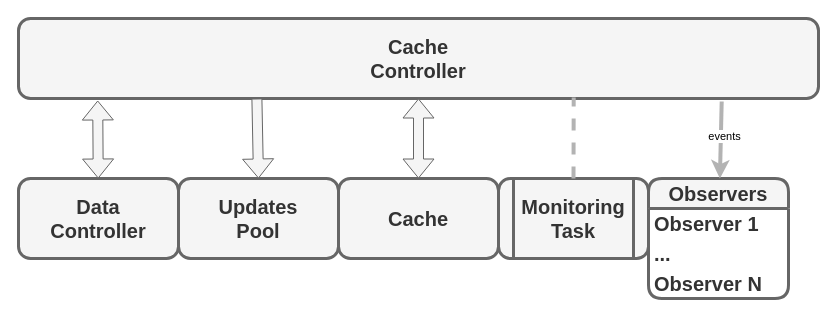
Above: docs/cache_controller.drawio in vrurg/wb-cache (draw.io), before the change. Source tidied: cells renumbered, new cells numbered last; positions are measured from the earlier drawing's top-left corner, leaving out a move shared by most shapes. Both pictures are drawn from the tidied source at 100%, with x=0, y=0 at pixel (18, 18).
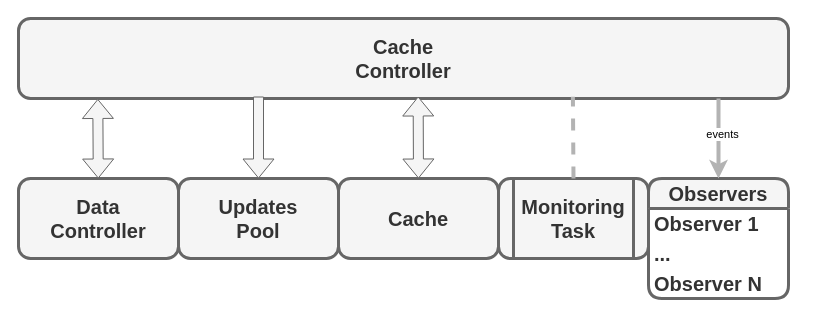
After the change.

Commit message (it also covers changes not shown here):
Prettify the diagram by improving alignment

Diff of the diagram source:
```diff
@@
 <mxGraphModel>
   <root>
     <mxCell id="0" />
     <mxCell id="1" parent="0" />
     <mxCell id="2" value="Data&lt;br&gt;Controller" style="rounded=1;whiteSpace=wrap;html=1;strokeWidth=3;fontFamily=American TypeWriter;fontStyle=1;fontSize=20;fillColor=#f5f5f5;fontColor=#333333;strokeColor=#666666;" parent="1" vertex="1">
       <mxGeometry y="160" width="160" height="80" as="geometry" />
     </mxCell>
     <mxCell id="3" value="Cache&lt;br&gt;Controller" style="rounded=1;whiteSpace=wrap;html=1;strokeWidth=3;fontFamily=American TypeWriter;fontStyle=1;fontSize=20;fillColor=#f5f5f5;fontColor=#333333;strokeColor=#666666;" parent="1" vertex="1">
-      <mxGeometry width="800" height="80" as="geometry" />
+      <mxGeometry width="770" height="80" as="geometry" />
     </mxCell>
     <mxCell id="4" value="Updates&lt;div&gt;Pool&lt;/div&gt;" style="rounded=1;whiteSpace=wrap;html=1;strokeWidth=3;fontFamily=American TypeWriter;fontStyle=1;fontSize=20;fillColor=#f5f5f5;fontColor=#333333;strokeColor=#666666;" parent="1" vertex="1">
       <mxGeometry x="160" y="160" width="160" height="80" as="geometry" />
     </mxCell>
     <mxCell id="5" value="Cache" style="rounded=1;whiteSpace=wrap;html=1;strokeWidth=3;fontFamily=American TypeWriter;fontStyle=1;fontSize=20;fillColor=#f5f5f5;fontColor=#333333;strokeColor=#666666;" parent="1" vertex="1">
       <mxGeometry x="320" y="160" width="160" height="80" as="geometry" />
     </mxCell>
     <mxCell id="6" value="Monitoring&lt;div&gt;Task&lt;/div&gt;" style="shape=process;whiteSpace=wrap;html=1;backgroundOutline=1;rounded=1;strokeColor=#666666;strokeWidth=3;align=center;verticalAlign=middle;fontFamily=American TypeWriter;fontSize=20;fontColor=#333333;fontStyle=1;fillColor=#f5f5f5;" parent="1" vertex="1">
       <mxGeometry x="480" y="160" width="150" height="80" as="geometry" />
     </mxCell>
     <mxCell id="7" value="Observers" style="swimlane;fontStyle=1;horizontal=1;startSize=30;whiteSpace=wrap;html=1;rounded=1;strokeColor=#666666;strokeWidth=3;align=center;verticalAlign=middle;fontFamily=American TypeWriter;fontSize=20;fontColor=#333333;fillColor=#f5f5f5;swimlaneFillColor=default;" parent="1" vertex="1">
       <mxGeometry x="630" y="160" width="140" height="120" as="geometry" />
     </mxCell>
     <mxCell id="8" value="Observer 1" style="text;strokeColor=none;fillColor=none;align=left;verticalAlign=middle;spacingLeft=4;spacingRight=4;overflow=hidden;whiteSpace=wrap;html=1;fontFamily=American TypeWriter;fontSize=20;fontColor=#333333;fontStyle=1;" parent="7" vertex="1">
       <mxGeometry y="30" width="140" height="30" as="geometry" />
     </mxCell>
     <mxCell id="9" value="..." style="text;strokeColor=none;fillColor=none;align=left;verticalAlign=middle;spacingLeft=4;spacingRight=4;overflow=hidden;whiteSpace=wrap;html=1;fontFamily=American TypeWriter;fontSize=20;fontColor=#333333;fontStyle=1;" parent="7" vertex="1">
       <mxGeometry y="60" width="140" height="30" as="geometry" />
     </mxCell>
     <mxCell id="10" value="Observer N" style="text;strokeColor=none;fillColor=none;align=left;verticalAlign=middle;spacingLeft=4;spacingRight=4;overflow=hidden;whiteSpace=wrap;html=1;fontFamily=American TypeWriter;fontSize=20;fontColor=#333333;fontStyle=1;" parent="7" vertex="1">
       <mxGeometry y="90" width="140" height="30" as="geometry" />
     </mxCell>
-    <mxCell id="11" style="shape=flexArrow;endArrow=classic;startArrow=classic;html=1;entryX=0.099;entryY=1.025;entryDx=0;entryDy=0;entryPerimeter=0;fillColor=#f5f5f5;strokeColor=#666666;" parent="1" edge="1" source="2" target="3">
+    <mxCell id="11" style="shape=flexArrow;endArrow=classic;startArrow=classic;html=1;entryX=0.103;entryY=1.006;entryDx=0;entryDy=0;entryPerimeter=0;fillColor=#f5f5f5;strokeColor=#666666;" parent="1" edge="1" source="2" target="3">
       <mxGeometry relative="1" as="geometry" />
     </mxCell>
-    <mxCell id="12" style="shape=flexArrow;endArrow=classic;startArrow=classic;html=1;entryX=0.5;entryY=1;entryDx=0;entryDy=0;fillColor=#f5f5f5;strokeColor=#666666;exitX=0.5;exitY=0;exitDx=0;exitDy=0;" parent="1" edge="1" source="5" target="3">
+    <mxCell id="12" style="shape=flexArrow;endArrow=classic;startArrow=classic;html=1;entryX=0.519;entryY=0.975;entryDx=0;entryDy=0;fillColor=#f5f5f5;strokeColor=#666666;exitX=0.5;exitY=0;exitDx=0;exitDy=0;entryPerimeter=0;" parent="1" edge="1" source="5" target="3">
       <mxGeometry relative="1" as="geometry" />
     </mxCell>
-    <mxCell id="13" style="endArrow=none;dashed=1;html=1;entryX=0.694;entryY=0.988;entryDx=0;entryDy=0;entryPerimeter=0;exitX=0.5;exitY=0;exitDx=0;exitDy=0;strokeWidth=4;strokeColor=#B3B3B3;" parent="1" edge="1" source="6" target="3">
+    <mxCell id="13" style="endArrow=none;dashed=1;html=1;entryX=0.72;entryY=0.979;entryDx=0;entryDy=0;entryPerimeter=0;exitX=0.5;exitY=0;exitDx=0;exitDy=0;strokeWidth=4;strokeColor=#B3B3B3;" parent="1" edge="1" source="6" target="3">
       <mxGeometry relative="1" as="geometry" />
     </mxCell>
-    <mxCell id="14" style="shape=flexArrow;endArrow=none;startArrow=classic;html=1;entryX=0.298;entryY=1;entryDx=0;entryDy=0;entryPerimeter=0;fillColor=#f5f5f5;strokeColor=#666666;exitX=0.5;exitY=0;exitDx=0;exitDy=0;endFill=0;" parent="1" edge="1" source="4" target="3">
-      <mxGeometry relative="1" as="geometry" />
+    <mxCell id="14" style="shape=flexArrow;endArrow=none;startArrow=classic;html=1;fillColor=#f5f5f5;strokeColor=#666666;exitX=0.5;exitY=0;exitDx=0;exitDy=0;endFill=0;" parent="1" edge="1" source="4">
+      <mxGeometry relative="1" as="geometry">
+        <mxPoint x="240" y="78" as="targetPoint" />
+      </mxGeometry>
     </mxCell>
-    <mxCell id="15" style="endArrow=classic;html=1;exitX=0.879;exitY=1.038;exitDx=0;exitDy=0;exitPerimeter=0;strokeWidth=4;strokeColor=#B3B3B3;" parent="1" edge="1" source="3" target="7">
-      <mxGeometry relative="1" as="geometry" />
+    <mxCell id="15" style="endArrow=classic;html=1;strokeWidth=4;strokeColor=#B3B3B3;" parent="1" edge="1" target="7">
+      <mxGeometry relative="1" as="geometry">
+        <mxPoint x="700" y="80" as="sourcePoint" />
+      </mxGeometry>
     </mxCell>
     <mxCell id="16" value="events" style="edgeLabel;html=1;align=center;verticalAlign=middle;" parent="15" vertex="1">
       <mxGeometry x="-0.12" y="3" relative="1" as="geometry" />
     </mxCell>
   </root>
 </mxGraphModel>
```
